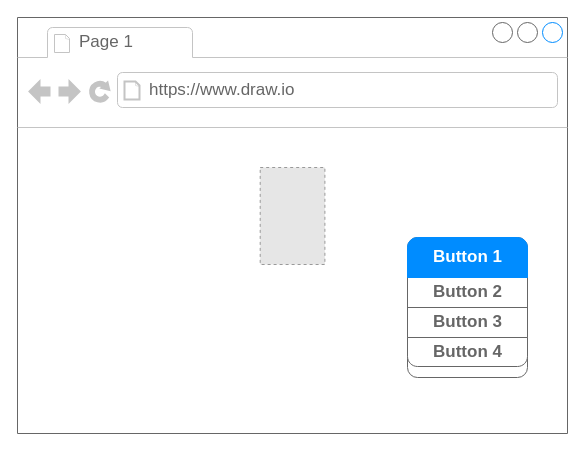
Above: Untitled Diagram.drawio in Verticoot/INFORMATICA-HTML5-2021 (draw.io), before the change. Source tidied: cells renumbered, new cells numbered last; positions are measured from the earlier drawing's top-left corner, leaving out a move shared by most shapes. Both pictures are drawn from the tidied source at 100%, with x=0, y=0 at pixel (17, 17). Pictures stored in the file or linked from it are replaced by grey dashed boxes.
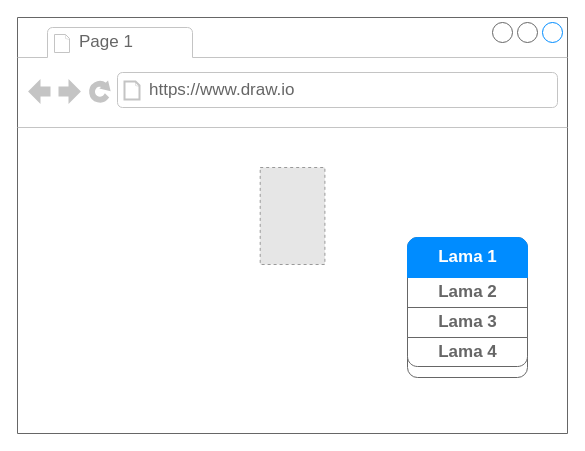
The same page after the edit.

What changed in the source:
```diff
@@
 <mxGraphModel>
   <root>
     <mxCell id="0" />
     <mxCell id="1" parent="0" />
     <mxCell id="2" style="strokeWidth=1;shadow=0;dashed=0;align=center;html=1;shape=mxgraph.mockup.containers.browserWindow;rSize=0;strokeColor=#666666;strokeColor2=#008cff;strokeColor3=#c4c4c4;mainText=,;" parent="1" vertex="1">
       <mxGeometry width="550" height="416" as="geometry" />
     </mxCell>
     <mxCell id="3" value="Page 1" style="strokeWidth=1;shadow=0;dashed=0;align=center;html=1;shape=mxgraph.mockup.containers.anchor;fontSize=17;fontColor=#666666;align=left;" parent="2" vertex="1">
       <mxGeometry x="60" y="12" width="110" height="26" as="geometry" />
     </mxCell>
     <mxCell id="4" value="https://www.draw.io" style="strokeWidth=1;shadow=0;dashed=0;align=center;html=1;shape=mxgraph.mockup.containers.anchor;rSize=0;fontSize=17;fontColor=#666666;align=left;" parent="2" vertex="1">
       <mxGeometry x="130" y="60" width="250" height="26" as="geometry" />
     </mxCell>
     <mxCell id="5" style="fillColor=#E6E6E6;strokeColor=#999999;dashed=1;verticalLabelPosition=bottom;labelBackgroundColor=#ffffff;verticalAlign=top;" parent="2" vertex="1">
       <mxGeometry x="242.7" y="150" width="64.7" height="97" as="geometry" />
     </mxCell>
     <mxCell id="6" style="strokeWidth=1;shadow=0;dashed=0;align=center;html=1;shape=mxgraph.mockup.rrect;rSize=10;strokeColor=#666666;" parent="2" vertex="1">
       <mxGeometry x="390" y="220" width="120" height="140" as="geometry" />
     </mxCell>
-    <mxCell id="7" value="Button 2" style="strokeColor=inherit;fillColor=inherit;gradientColor=inherit;strokeWidth=1;shadow=0;dashed=0;align=center;html=1;shape=mxgraph.mockup.rrect;rSize=0;fontSize=17;fontColor=#666666;fontStyle=1;" parent="6" vertex="1">
+    <mxCell id="7" value="Lama 2" style="strokeColor=inherit;fillColor=inherit;gradientColor=inherit;strokeWidth=1;shadow=0;dashed=0;align=center;html=1;shape=mxgraph.mockup.rrect;rSize=0;fontSize=17;fontColor=#666666;fontStyle=1;" parent="6" vertex="1">
       <mxGeometry width="120" height="30" relative="1" as="geometry">
         <mxPoint y="40" as="offset" />
       </mxGeometry>
     </mxCell>
-    <mxCell id="8" value="Button 3" style="strokeColor=inherit;fillColor=inherit;gradientColor=inherit;strokeWidth=1;shadow=0;dashed=0;align=center;html=1;shape=mxgraph.mockup.rrect;rSize=0;fontSize=17;fontColor=#666666;fontStyle=1;" parent="6" vertex="1">
+    <mxCell id="8" value="Lama 3" style="strokeColor=inherit;fillColor=inherit;gradientColor=inherit;strokeWidth=1;shadow=0;dashed=0;align=center;html=1;shape=mxgraph.mockup.rrect;rSize=0;fontSize=17;fontColor=#666666;fontStyle=1;" parent="6" vertex="1">
       <mxGeometry width="120" height="30" relative="1" as="geometry">
         <mxPoint y="70" as="offset" />
       </mxGeometry>
     </mxCell>
-    <mxCell id="9" value="Button 4" style="strokeColor=inherit;fillColor=inherit;gradientColor=inherit;strokeWidth=1;shadow=0;dashed=0;align=center;html=1;shape=mxgraph.mockup.bottomButton;rSize=10;fontSize=17;fontColor=#666666;fontStyle=1;" parent="6" vertex="1">
+    <mxCell id="9" value="Lama 4" style="strokeColor=inherit;fillColor=inherit;gradientColor=inherit;strokeWidth=1;shadow=0;dashed=0;align=center;html=1;shape=mxgraph.mockup.bottomButton;rSize=10;fontSize=17;fontColor=#666666;fontStyle=1;" parent="6" vertex="1">
       <mxGeometry y="1" width="120" height="29" relative="1" as="geometry">
         <mxPoint y="-40" as="offset" />
       </mxGeometry>
     </mxCell>
-    <mxCell id="10" value="Button 1" style="strokeWidth=1;shadow=0;dashed=0;align=center;html=1;shape=mxgraph.mockup.topButton;rSize=10;fontSize=17;fontColor=#ffffff;fontStyle=1;fillColor=#008cff;strokeColor=#008cff;" parent="6" vertex="1">
+    <mxCell id="10" value="Lama 1" style="strokeWidth=1;shadow=0;dashed=0;align=center;html=1;shape=mxgraph.mockup.topButton;rSize=10;fontSize=17;fontColor=#ffffff;fontStyle=1;fillColor=#008cff;strokeColor=#008cff;" parent="6" vertex="1">
       <mxGeometry width="120" height="40" relative="1" as="geometry" />
     </mxCell>
   </root>
 </mxGraphModel>
```
